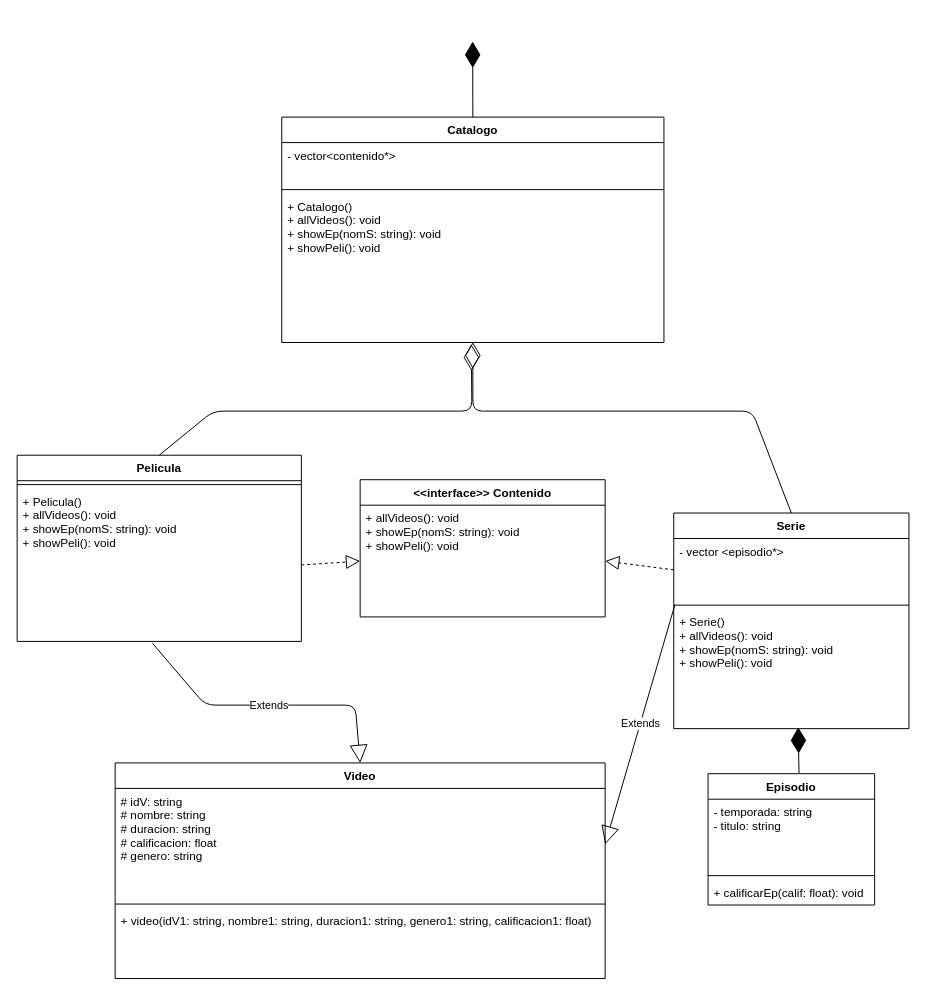
Earlier version of the draw.io diagram streaming 2.drawio (A01751101/Sicaria). Source tidied: cells renumbered, new cells numbered last; positions are measured from the earlier drawing's top-left corner, leaving out a move shared by most shapes. Both pictures are drawn from the tidied source at 98%, with x=0, y=0 at pixel (17, 41).
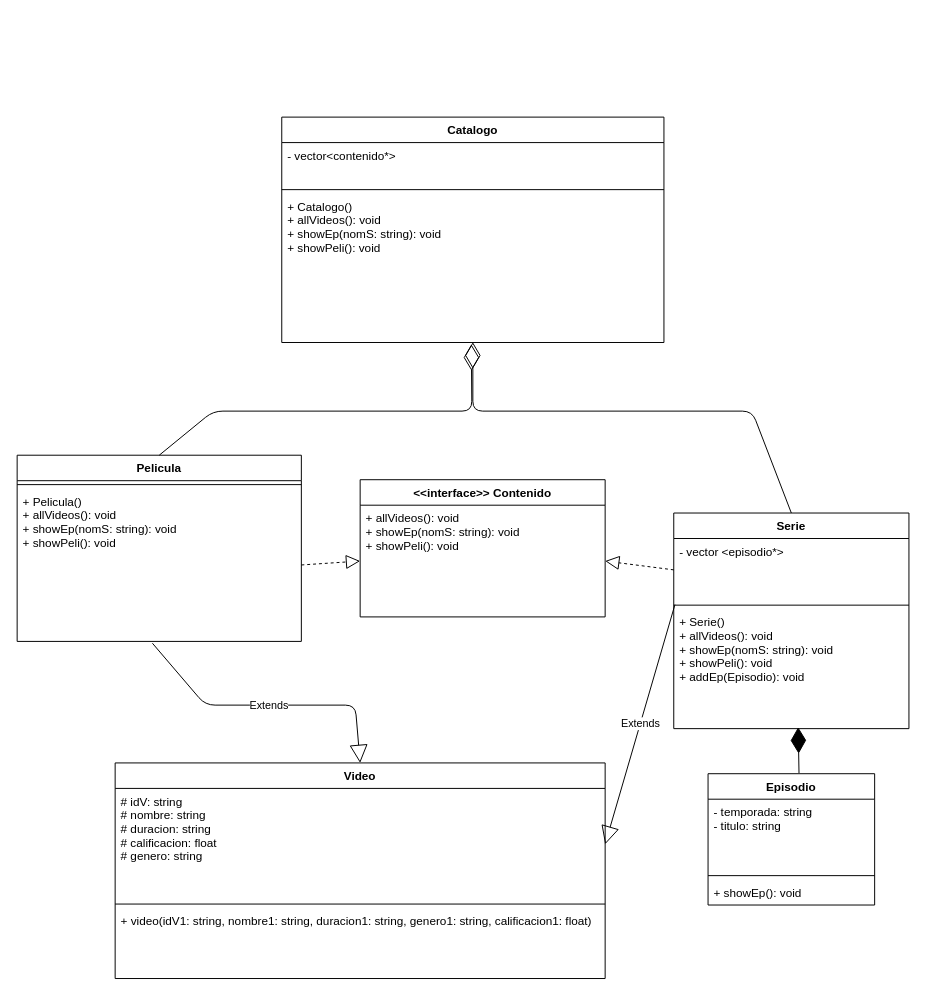
After the change.

Unchanged cells that the change refers to:
```xml
<mxCell id="3" value="Catalogo" style="swimlane;fontStyle=1;align=center;verticalAlign=top;horizontal=1;startSize=26;" parent="1" vertex="1">
  <mxGeometry x="270" y="77" width="390" height="230" as="geometry" />
</mxCell>
<mxCell id="13" value="Serie" style="swimlane;fontStyle=1;align=center;verticalAlign=top;horizontal=1;startSize=26;" parent="1" vertex="1">
  <mxGeometry x="670" y="481" width="240" height="220" as="geometry" />
</mxCell>
<mxCell id="17" value="Episodio" style="swimlane;fontStyle=1;align=center;verticalAlign=top;horizontal=1;startSize=26;" parent="1" vertex="1">
  <mxGeometry x="705" y="747" width="170" height="134" as="geometry" />
</mxCell>
```

The edit, as a diff of the source:
```diff
@@
-    <mxCell id="9" style="endArrow=diamondThin;endFill=1;endSize=24;html=1;entryX=0.499;entryY=1.072;entryDx=0;entryDy=0;entryPerimeter=0;exitX=0.5;exitY=0;exitDx=0;exitDy=0;" parent="1" edge="1" source="3">
-      <mxGeometry relative="1" as="geometry">
-        <mxPoint x="464.8" y="-0.1" as="targetPoint" />
-      </mxGeometry>
-    </mxCell>
@@
-    <mxCell id="16" value="+ Serie()&#10;+ allVideos(): void&#10;+ showEp(nomS: string): void&#10;+ showPeli(): void" style="text;strokeColor=none;fillColor=none;align=left;verticalAlign=top;spacingLeft=4;spacingRight=4;overflow=hidden;points=[[0,0.5],[1,0.5]];portConstraint=eastwest;" parent="13" vertex="1">
+    <mxCell id="16" value="+ Serie()&#10;+ allVideos(): void&#10;+ showEp(nomS: string): void&#10;+ showPeli(): void&#10;+ addEp(Episodio): void" style="text;strokeColor=none;fillColor=none;align=left;verticalAlign=top;spacingLeft=4;spacingRight=4;overflow=hidden;points=[[0,0.5],[1,0.5]];portConstraint=eastwest;" parent="13" vertex="1">
       <mxGeometry y="98" width="240" height="122" as="geometry" />
     </mxCell>
@@
-    <mxCell id="20" value="+ calificarEp(calif: float): void" style="text;strokeColor=none;fillColor=none;align=left;verticalAlign=top;spacingLeft=4;spacingRight=4;overflow=hidden;" parent="17" vertex="1">
+    <mxCell id="20" value="+ showEp(): void" style="text;strokeColor=none;fillColor=none;align=left;verticalAlign=top;spacingLeft=4;spacingRight=4;overflow=hidden;" parent="17" vertex="1">
       <mxGeometry y="108" width="170" height="26" as="geometry" />
     </mxCell>
```
